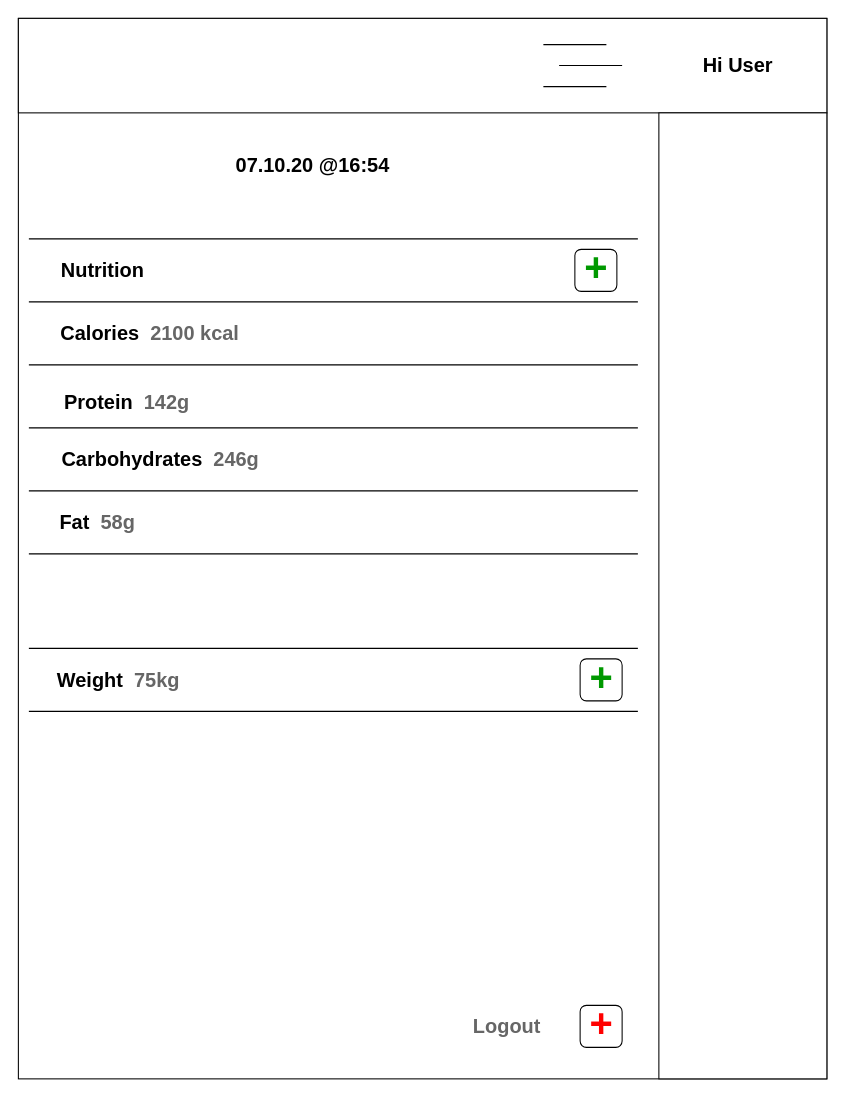
The draw.io diagram page "User pannel" (5 of 5) of CaloriesDb.drawio in pieczarkaniesmacznosci/calories-tracker, before the edit. Source tidied: cells renumbered, new cells numbered last; positions are measured from the earlier drawing's top-left corner, leaving out a move shared by most shapes. Both pictures are drawn from the tidied source at 105%, with x=0, y=0 at pixel (18, 18).
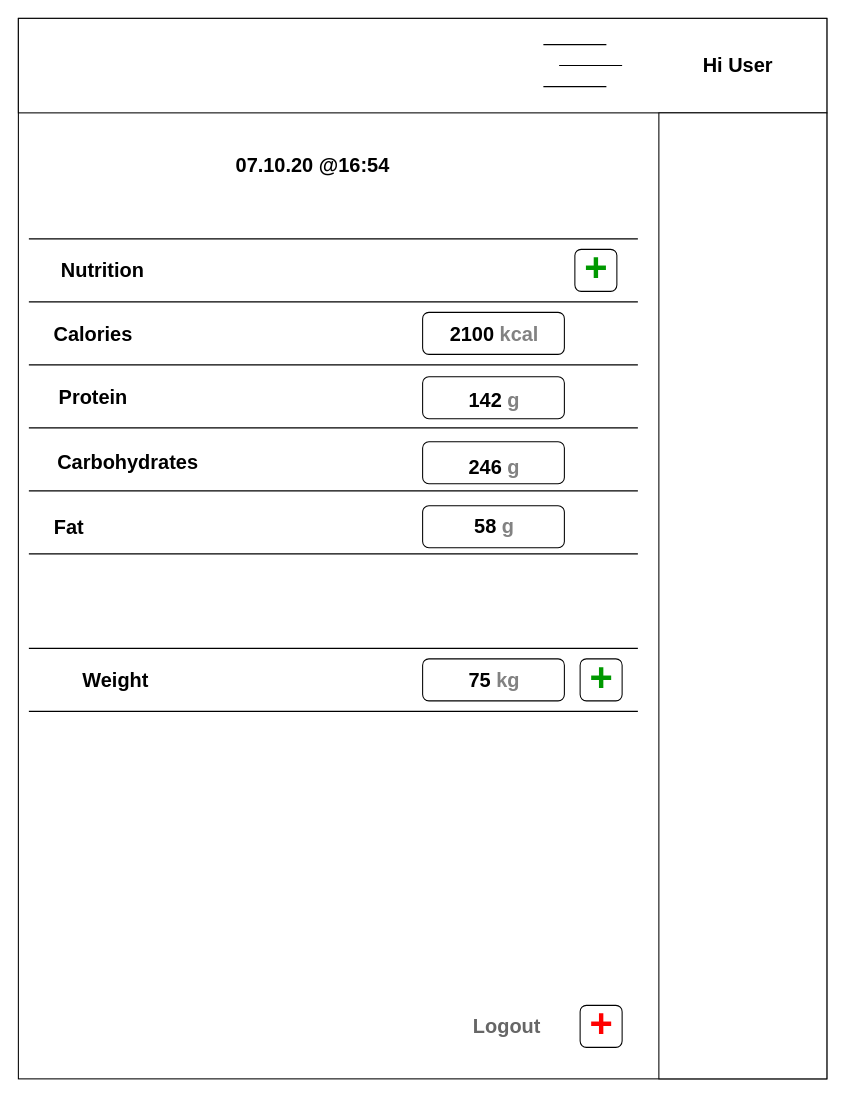
Above is the later version.

What changed in the source:
```diff
@@
-    <mxCell id="9" value="&lt;p style=&quot;line-height: 70% ; font-size: 19px&quot;&gt;Calories&amp;nbsp;&lt;font color=&quot;#666666&quot;&gt;&amp;nbsp;2100 kcal&lt;/font&gt;&lt;/p&gt;" style="text;strokeColor=none;fillColor=none;html=1;fontSize=24;fontStyle=1;verticalAlign=middle;align=center;" parent="1" vertex="1">
-      <mxGeometry x="30" y="280" width="190" height="40" as="geometry" />
+    <mxCell id="9" value="&lt;p style=&quot;line-height: 70% ; font-size: 19px&quot;&gt;Calories&lt;/p&gt;" style="text;strokeColor=none;fillColor=none;html=1;fontSize=24;fontStyle=1;verticalAlign=middle;align=center;" parent="1" vertex="1">
+      <mxGeometry x="12.5" y="280.8" width="117.5" height="40" as="geometry" />
     </mxCell>
@@
-    <mxCell id="17" value="&lt;p style=&quot;line-height: 70% ; font-size: 19px&quot;&gt;Protein&amp;nbsp;&lt;font color=&quot;#666666&quot;&gt;&amp;nbsp;142g&lt;/font&gt;&lt;/p&gt;" style="text;strokeColor=none;fillColor=none;html=1;fontSize=24;fontStyle=1;verticalAlign=middle;align=center;" parent="1" vertex="1">
-      <mxGeometry x="40" y="346" width="125" height="40" as="geometry" />
+    <mxCell id="17" value="&lt;p style=&quot;line-height: 70% ; font-size: 19px&quot;&gt;Protein&lt;/p&gt;" style="text;strokeColor=none;fillColor=none;html=1;fontSize=24;fontStyle=1;verticalAlign=middle;align=center;" parent="1" vertex="1">
+      <mxGeometry x="8.8" y="341.3" width="125" height="40" as="geometry" />
     </mxCell>
@@
-    <mxCell id="19" value="&lt;p style=&quot;line-height: 70% ; font-size: 19px&quot;&gt;Carbohydrates&amp;nbsp;&lt;font color=&quot;#666666&quot;&gt;&amp;nbsp;246g&lt;/font&gt;&lt;/p&gt;" style="text;strokeColor=none;fillColor=none;html=1;fontSize=24;fontStyle=1;verticalAlign=middle;align=center;" parent="1" vertex="1">
-      <mxGeometry x="40" y="400" width="190" height="40" as="geometry" />
+    <mxCell id="19" value="&lt;p style=&quot;line-height: 70% ; font-size: 19px&quot;&gt;Carbohydrates&lt;/p&gt;" style="text;strokeColor=none;fillColor=none;html=1;fontSize=24;fontStyle=1;verticalAlign=middle;align=center;" parent="1" vertex="1">
+      <mxGeometry x="8.8" y="403.2" width="190" height="40" as="geometry" />
     </mxCell>
-    <mxCell id="20" value="&lt;p style=&quot;line-height: 70% ; font-size: 19px&quot;&gt;Fat&amp;nbsp;&lt;font color=&quot;#666666&quot;&gt;&amp;nbsp;58g&lt;/font&gt;&lt;/p&gt;" style="text;strokeColor=none;fillColor=none;html=1;fontSize=24;fontStyle=1;verticalAlign=middle;align=center;" parent="1" vertex="1">
-      <mxGeometry x="40" y="460" width="70" height="40" as="geometry" />
+    <mxCell id="20" value="&lt;p style=&quot;line-height: 70% ; font-size: 19px&quot;&gt;Fat&lt;/p&gt;" style="text;strokeColor=none;fillColor=none;html=1;fontSize=24;fontStyle=1;verticalAlign=middle;align=center;" parent="1" vertex="1">
+      <mxGeometry x="12.5" y="464.9" width="70" height="40" as="geometry" />
     </mxCell>
@@
-    <mxCell id="22" value="&lt;p style=&quot;line-height: 70% ; font-size: 19px&quot;&gt;Weight&amp;nbsp;&lt;font color=&quot;#666666&quot;&gt;&amp;nbsp;75kg&lt;/font&gt;&lt;/p&gt;" style="text;strokeColor=none;fillColor=none;html=1;fontSize=24;fontStyle=1;verticalAlign=middle;align=center;" parent="1" vertex="1">
+    <mxCell id="22" value="&lt;p style=&quot;line-height: 70% ; font-size: 19px&quot;&gt;Weight&amp;nbsp;&lt;/p&gt;" style="text;strokeColor=none;fillColor=none;html=1;fontSize=24;fontStyle=1;verticalAlign=middle;align=center;" parent="1" vertex="1">
       <mxGeometry x="40" y="610" width="110" height="40" as="geometry" />
     </mxCell>
@@
+    <mxCell id="33" style="rounded=1;whiteSpace=wrap;html=1;" parent="1" vertex="1">
+      <mxGeometry x="385" y="341.3" width="135" height="40" as="geometry" />
+    </mxCell>
+    <mxCell id="34" value="&lt;p style=&quot;line-height: 70% ; font-size: 19px&quot;&gt;&lt;br&gt;&lt;/p&gt;" style="text;strokeColor=none;fillColor=none;html=1;fontSize=24;fontStyle=1;verticalAlign=middle;align=center;" parent="1" vertex="1">
+      <mxGeometry x="427.5" y="342" width="50" height="40" as="geometry" />
+    </mxCell>
+    <mxCell id="35" style="rounded=1;whiteSpace=wrap;html=1;" parent="1" vertex="1">
+      <mxGeometry x="385" y="403.2" width="135" height="40" as="geometry" />
+    </mxCell>
+    <mxCell id="36" value="&lt;p style=&quot;line-height: 70% ; font-size: 19px&quot;&gt;&lt;br&gt;&lt;/p&gt;" style="text;strokeColor=none;fillColor=none;html=1;fontSize=24;fontStyle=1;verticalAlign=middle;align=center;" parent="1" vertex="1">
+      <mxGeometry x="427.5" y="403.9" width="50" height="40" as="geometry" />
+    </mxCell>
+    <mxCell id="37" style="rounded=1;whiteSpace=wrap;html=1;" parent="1" vertex="1">
+      <mxGeometry x="385" y="464.2" width="135" height="40" as="geometry" />
+    </mxCell>
+    <mxCell id="38" value="&lt;p style=&quot;line-height: 70% ; font-size: 19px&quot;&gt;&lt;br&gt;&lt;/p&gt;" style="text;strokeColor=none;fillColor=none;html=1;fontSize=24;fontStyle=1;verticalAlign=middle;align=center;" parent="1" vertex="1">
+      <mxGeometry x="427.5" y="464.9" width="50" height="40" as="geometry" />
+    </mxCell>
+    <mxCell id="39" style="rounded=1;whiteSpace=wrap;html=1;" parent="1" vertex="1">
+      <mxGeometry x="385" y="280" width="135" height="40" as="geometry" />
+    </mxCell>
+    <mxCell id="40" value="&lt;p style=&quot;line-height: 70% ; font-size: 19px&quot;&gt;2100&amp;nbsp;&lt;font color=&quot;#828282&quot;&gt;kcal&lt;/font&gt;&lt;/p&gt;" style="text;strokeColor=none;fillColor=none;html=1;fontSize=24;fontStyle=1;verticalAlign=middle;align=center;" parent="1" vertex="1">
+      <mxGeometry x="427.5" y="280.8" width="50" height="40" as="geometry" />
+    </mxCell>
+    <mxCell id="41" value="&lt;p style=&quot;line-height: 70% ; font-size: 19px&quot;&gt;142&amp;nbsp;&lt;font color=&quot;#828282&quot;&gt;g&lt;/font&gt;&lt;/p&gt;" style="text;strokeColor=none;fillColor=none;html=1;fontSize=24;fontStyle=1;verticalAlign=middle;align=center;" parent="1" vertex="1">
+      <mxGeometry x="427.5" y="343.5" width="50" height="40" as="geometry" />
+    </mxCell>
+    <mxCell id="42" value="&lt;p style=&quot;line-height: 70% ; font-size: 19px&quot;&gt;246&amp;nbsp;&lt;font color=&quot;#828282&quot;&gt;g&lt;/font&gt;&lt;/p&gt;" style="text;strokeColor=none;fillColor=none;html=1;fontSize=24;fontStyle=1;verticalAlign=middle;align=center;" parent="1" vertex="1">
+      <mxGeometry x="427.5" y="407" width="50" height="40" as="geometry" />
+    </mxCell>
+    <mxCell id="43" value="&lt;p style=&quot;line-height: 70% ; font-size: 19px&quot;&gt;58&amp;nbsp;&lt;font color=&quot;#828282&quot;&gt;g&lt;/font&gt;&lt;/p&gt;" style="text;strokeColor=none;fillColor=none;html=1;fontSize=24;fontStyle=1;verticalAlign=middle;align=center;" parent="1" vertex="1">
+      <mxGeometry x="427.5" y="464.2" width="50" height="40" as="geometry" />
+    </mxCell>
+    <mxCell id="44" style="rounded=1;whiteSpace=wrap;html=1;" parent="1" vertex="1">
+      <mxGeometry x="385" y="610" width="135" height="40" as="geometry" />
+    </mxCell>
+    <mxCell id="45" value="&lt;p style=&quot;line-height: 70% ; font-size: 19px&quot;&gt;75 &lt;font color=&quot;#828282&quot;&gt;kg&lt;/font&gt;&lt;/p&gt;" style="text;strokeColor=none;fillColor=none;html=1;fontSize=24;fontStyle=1;verticalAlign=middle;align=center;" parent="1" vertex="1">
+      <mxGeometry x="427.5" y="610" width="50" height="40" as="geometry" />
+    </mxCell>
```
